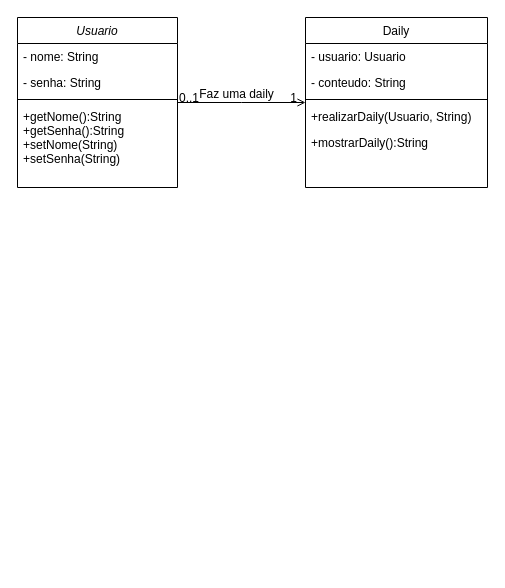
KhovetS2/bertoti keeps this draw.io diagram as Eng. de Software 1/exercicio.drawio. Above is the earlier version. Source tidied: cells renumbered, new cells numbered last; positions are measured from the earlier drawing's top-left corner, leaving out a move shared by most shapes. Both pictures are drawn from the tidied source at 100%, with x=0, y=0 at pixel (17, 17).
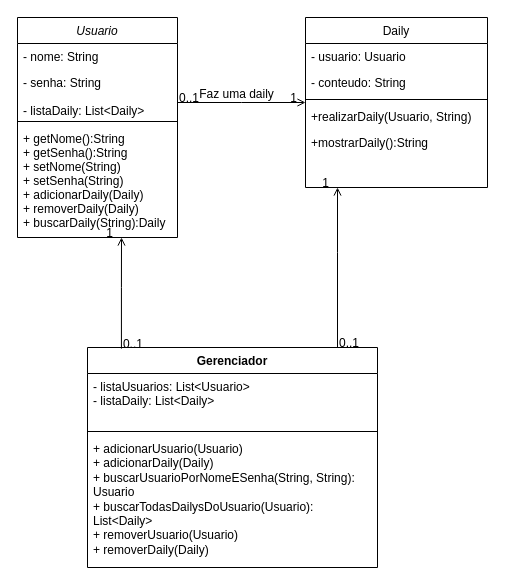
After the change.

Change to the diagram source:
```diff
@@
     <mxCell id="2" value="Usuario" style="swimlane;fontStyle=2;align=center;verticalAlign=top;horizontal=1;startSize=26;rounded=0;shadow=0;strokeWidth=1;" parent="1" vertex="1">
-      <mxGeometry width="160" height="170" as="geometry" />
+      <mxGeometry width="160" height="220" as="geometry" />
     </mxCell>
@@
-    <mxCell id="4" value="- senha: String" style="text;align=left;verticalAlign=top;spacingLeft=4;spacingRight=4;overflow=hidden;rounded=0;shadow=0;html=0;" parent="2" vertex="1">
-      <mxGeometry y="52" width="160" height="26" as="geometry" />
+    <mxCell id="4" value="- senha: String&#10;&#10;- listaDaily: List&lt;Daily&gt;" style="text;align=left;verticalAlign=top;spacingLeft=4;spacingRight=4;overflow=hidden;rounded=0;shadow=0;html=0;" parent="2" vertex="1">
+      <mxGeometry y="52" width="160" height="48" as="geometry" />
     </mxCell>
     <mxCell id="5" style="line;html=1;strokeWidth=1;align=left;verticalAlign=middle;spacingTop=-1;spacingLeft=3;spacingRight=3;labelPosition=right;" parent="2" vertex="1">
-      <mxGeometry y="78" width="160" height="8" as="geometry" />
+      <mxGeometry y="100" width="160" height="8" as="geometry" />
     </mxCell>
-    <mxCell id="6" value="+getNome():String&#10;+getSenha():String&#10;+setNome(String)&#10;+setSenha(String)&#10;&#10;" style="text;align=left;verticalAlign=top;spacingLeft=4;spacingRight=4;overflow=hidden;" parent="2" vertex="1">
-      <mxGeometry y="86" width="160" height="84" as="geometry" />
+    <mxCell id="6" value="+ getNome():String&#10;+ getSenha():String&#10;+ setNome(String)&#10;+ setSenha(String)&#10;+ adicionarDaily(Daily)&#10;+ removerDaily(Daily)&#10;+ buscarDaily(String):Daily&#10;" style="text;align=left;verticalAlign=top;spacingLeft=4;spacingRight=4;overflow=hidden;" parent="2" vertex="1">
+      <mxGeometry y="108" width="160" height="112" as="geometry" />
     </mxCell>
@@
+    <mxCell id="17" value="Gerenciador" style="swimlane;fontStyle=1;align=center;verticalAlign=top;horizontal=1;startSize=26;whiteSpace=wrap;html=1;" parent="1" vertex="1">
+      <mxGeometry x="70" y="330" width="290" height="220" as="geometry" />
+    </mxCell>
+    <mxCell id="18" value="- listaUsuarios: List&amp;lt;Usuario&amp;gt;&lt;br&gt;- listaDaily: List&amp;lt;Daily&amp;gt;&lt;br&gt;" style="text;strokeColor=none;fillColor=none;align=left;verticalAlign=top;spacingLeft=4;spacingRight=4;overflow=hidden;whiteSpace=wrap;html=1;" parent="17" vertex="1">
+      <mxGeometry y="26" width="290" height="54" as="geometry" />
+    </mxCell>
+    <mxCell id="19" style="line;strokeWidth=1;fillColor=none;align=left;verticalAlign=middle;spacingTop=-1;spacingLeft=3;spacingRight=3;labelPosition=right;strokeColor=inherit;" parent="17" vertex="1">
+      <mxGeometry y="80" width="290" height="8" as="geometry" />
+    </mxCell>
+    <mxCell id="20" value="+ adicionarUsuario(Usuario)&lt;br&gt;+ adicionarDaily(Daily)&lt;br&gt;+ buscarUsuarioPorNomeESenha(String, String): Usuario&lt;br&gt;+ buscarTodasDailysDoUsuario(Usuario): List&amp;lt;Daily&amp;gt;&lt;br&gt;+ removerUsuario(Usuario)&lt;br&gt;+ removerDaily(Daily)" style="text;strokeColor=none;fillColor=none;align=left;verticalAlign=top;spacingLeft=4;spacingRight=4;overflow=hidden;whiteSpace=wrap;html=1;" parent="17" vertex="1">
+      <mxGeometry y="88" width="290" height="132" as="geometry" />
+    </mxCell>
+    <mxCell id="21" style="endArrow=open;shadow=0;strokeWidth=1;rounded=0;endFill=1;edgeStyle=elbowEdgeStyle;elbow=vertical;exitX=0.117;exitY=0.005;exitDx=0;exitDy=0;exitPerimeter=0;" parent="1" edge="1" source="17">
+      <mxGeometry x="0.5" y="41" relative="1" as="geometry">
+        <mxPoint x="104" y="220" as="targetPoint" />
+        <Array as="points">
+          <mxPoint x="110" y="270" />
+        </Array>
+        <mxPoint x="-40" y="32" as="offset" />
+      </mxGeometry>
+    </mxCell>
+    <mxCell id="22" value="0..1" style="align=left;verticalAlign=bottom;labelBackgroundColor=none;fontSize=12;" parent="21" vertex="1">
+      <mxGeometry x="-1" relative="1" as="geometry">
+        <mxPoint y="4" as="offset" />
+      </mxGeometry>
+    </mxCell>
+    <mxCell id="23" value="1" style="align=right;verticalAlign=bottom;labelBackgroundColor=none;fontSize=12;" parent="21" vertex="1">
+      <mxGeometry x="1" relative="1" as="geometry">
+        <mxPoint x="-7" y="4" as="offset" />
+      </mxGeometry>
+    </mxCell>
+    <mxCell id="24" style="endArrow=open;shadow=0;strokeWidth=1;rounded=0;endFill=1;edgeStyle=elbowEdgeStyle;elbow=vertical;entryX=0.65;entryY=1.036;entryDx=0;entryDy=0;entryPerimeter=0;" parent="1" edge="1">
+      <mxGeometry x="0.5" y="41" relative="1" as="geometry">
+        <mxPoint x="320" y="330" as="sourcePoint" />
+        <mxPoint x="320" y="170" as="targetPoint" />
+        <Array as="points">
+          <mxPoint x="298" y="235" />
+        </Array>
+        <mxPoint x="-40" y="32" as="offset" />
+      </mxGeometry>
+    </mxCell>
+    <mxCell id="25" value="0..1" style="align=left;verticalAlign=bottom;labelBackgroundColor=none;fontSize=12;" parent="24" vertex="1">
+      <mxGeometry x="-1" relative="1" as="geometry">
+        <mxPoint y="4" as="offset" />
+      </mxGeometry>
+    </mxCell>
+    <mxCell id="26" value="1" style="align=right;verticalAlign=bottom;labelBackgroundColor=none;fontSize=12;" parent="24" vertex="1">
+      <mxGeometry x="1" relative="1" as="geometry">
+        <mxPoint x="-7" y="4" as="offset" />
+      </mxGeometry>
+    </mxCell>
```
